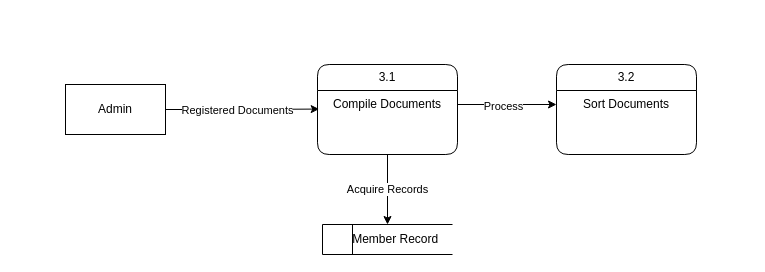
FacundoBnts/app-dev keeps this draw.io diagram as page "Level 3 ( Manual Store)" (3 of 9) of Untitled Diagram.drawio. Above is the earlier version. Source tidied: cells renumbered, new cells numbered last; positions are measured from the earlier drawing's top-left corner, leaving out a move shared by most shapes. Both pictures are drawn from the tidied source at 100%, with x=0, y=0 at pixel (65, 64).
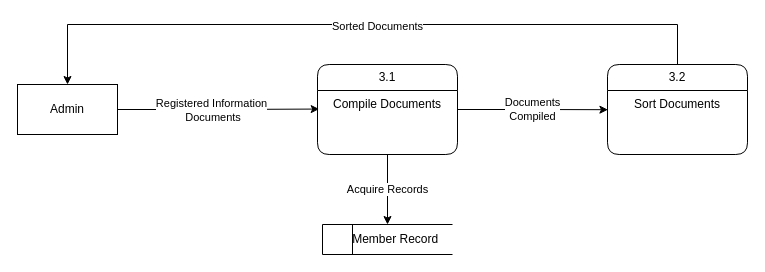
The same diagram, later.

What changed in the source:
```diff
@@
 <mxGraphModel>
   <root>
     <mxCell id="0" />
     <mxCell id="1" parent="0" />
     <mxCell id="2" value="Admin" style="html=1;dashed=0;whiteSpace=wrap;" parent="1" vertex="1">
-      <mxGeometry y="20" width="100" height="50" as="geometry" />
+      <mxGeometry x="-48" y="20" width="100" height="50" as="geometry" />
     </mxCell>
+    <mxCell id="13" style="edgeStyle=orthogonalEdgeStyle;rounded=0;jettySize=auto;html=1;entryX=0.5;entryY=0;entryDx=0;entryDy=0;" parent="1" edge="1" source="3" target="2">
+      <mxGeometry relative="1" as="geometry">
+        <Array as="points">
+          <mxPoint x="612" y="-40" />
+          <mxPoint x="2" y="-40" />
+        </Array>
+      </mxGeometry>
+    </mxCell>
+    <mxCell id="14" value="Sorted Documents" style="edgeLabel;html=1;align=center;verticalAlign=middle;" parent="13" vertex="1">
+      <mxGeometry x="-0.04" y="1" relative="1" as="geometry" />
+    </mxCell>
     <mxCell id="3" value="&lt;div&gt;3.2&lt;/div&gt;" style="swimlane;fontStyle=0;horizontal=1;startSize=26;fillColor=none;whiteSpace=wrap;html=1;rounded=1;" parent="1" vertex="1">
-      <mxGeometry x="491" width="140" height="90" as="geometry" />
+      <mxGeometry x="542" width="140" height="90" as="geometry" />
     </mxCell>
     <mxCell id="4" value="Sort Documents" style="text;strokeColor=none;fillColor=none;align=center;verticalAlign=top;spacingLeft=4;spacingRight=4;overflow=hidden;points=[[0,0.5],[1,0.5]];portConstraint=eastwest;whiteSpace=wrap;html=1;" parent="3" vertex="1">
       <mxGeometry y="26" width="140" height="64" as="geometry" />
     </mxCell>
     <mxCell id="5" value="Acquire Records" style="edgeStyle=orthogonalEdgeStyle;rounded=0;jettySize=auto;html=1;exitX=0.5;exitY=1;exitDx=0;exitDy=0;entryX=0.5;entryY=0;entryDx=0;entryDy=0;" parent="1" edge="1" source="6" target="8">
       <mxGeometry relative="1" as="geometry" />
     </mxCell>
     <mxCell id="6" value="3.1" style="swimlane;fontStyle=0;horizontal=1;startSize=26;fillColor=none;whiteSpace=wrap;html=1;rounded=1;" parent="1" vertex="1">
       <mxGeometry x="252" width="140" height="90" as="geometry" />
     </mxCell>
     <mxCell id="7" value="&lt;div align=&quot;center&quot;&gt;Compile Documents&lt;/div&gt;" style="text;strokeColor=none;fillColor=none;align=center;verticalAlign=top;spacingLeft=4;spacingRight=4;overflow=hidden;points=[[0,0.5],[1,0.5]];portConstraint=eastwest;whiteSpace=wrap;html=1;" parent="6" vertex="1">
       <mxGeometry y="26" width="140" height="64" as="geometry" />
     </mxCell>
     <mxCell id="8" value="&lt;div align=&quot;center&quot;&gt;&amp;nbsp;&amp;nbsp;&amp;nbsp; Member Record&lt;/div&gt;" style="html=1;dashed=0;whiteSpace=wrap;shape=mxgraph.dfd.dataStoreID;align=center;spacingLeft=3;points=[[0,0],[0.5,0],[1,0],[0,0.5],[1,0.5],[0,1],[0.5,1],[1,1]];" parent="1" vertex="1">
       <mxGeometry x="257" y="160" width="130" height="30" as="geometry" />
     </mxCell>
     <mxCell id="9" style="edgeStyle=orthogonalEdgeStyle;rounded=0;jettySize=auto;html=1;exitX=1;exitY=0.5;exitDx=0;exitDy=0;entryX=0.012;entryY=0.29;entryDx=0;entryDy=0;entryPerimeter=0;" parent="1" edge="1" source="2" target="7">
       <mxGeometry relative="1" as="geometry" />
     </mxCell>
-    <mxCell id="10" value="Registered Documents" style="edgeLabel;html=1;align=center;verticalAlign=middle;" parent="9" vertex="1">
+    <mxCell id="10" value="&lt;div&gt;Registered Information&lt;/div&gt;&lt;div&gt;&amp;nbsp;Documents&lt;/div&gt;" style="edgeLabel;html=1;align=center;verticalAlign=middle;" parent="9" vertex="1">
       <mxGeometry x="-0.08" relative="1" as="geometry" />
     </mxCell>
-    <mxCell id="11" style="edgeStyle=orthogonalEdgeStyle;rounded=0;jettySize=auto;html=1;" parent="1" edge="1" source="7">
-      <mxGeometry relative="1" as="geometry">
-        <mxPoint x="491" y="40" as="targetPoint" />
-        <Array as="points">
-          <mxPoint x="491" y="40" />
-        </Array>
-      </mxGeometry>
-    </mxCell>
-    <mxCell id="12" value="Process" style="edgeLabel;html=1;align=center;verticalAlign=middle;" parent="11" vertex="1">
-      <mxGeometry x="-0.1" y="-1" relative="1" as="geometry" />
-    </mxCell>
+    <mxCell id="15" value="&lt;div&gt;Documents&lt;/div&gt;&lt;div&gt;Compiled&lt;br&gt;&lt;/div&gt;" style="edgeStyle=orthogonalEdgeStyle;rounded=0;jettySize=auto;html=1;entryX=0.003;entryY=0.3;entryDx=0;entryDy=0;entryPerimeter=0;" parent="1" edge="1" source="6" target="4">
+      <mxGeometry x="-0.01" relative="1" as="geometry" />
+    </mxCell>
   </root>
 </mxGraphModel>
```
